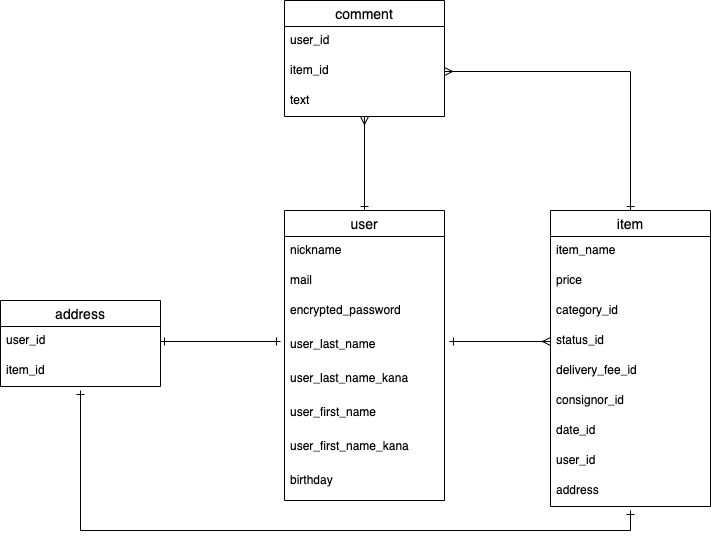
The draw.io diagram test.png in 816u/furima_28627_id, before a commit. Source tidied: cells renumbered, new cells last; positions are measured from the earlier drawing's top-left corner, leaving out a move shared by most shapes.
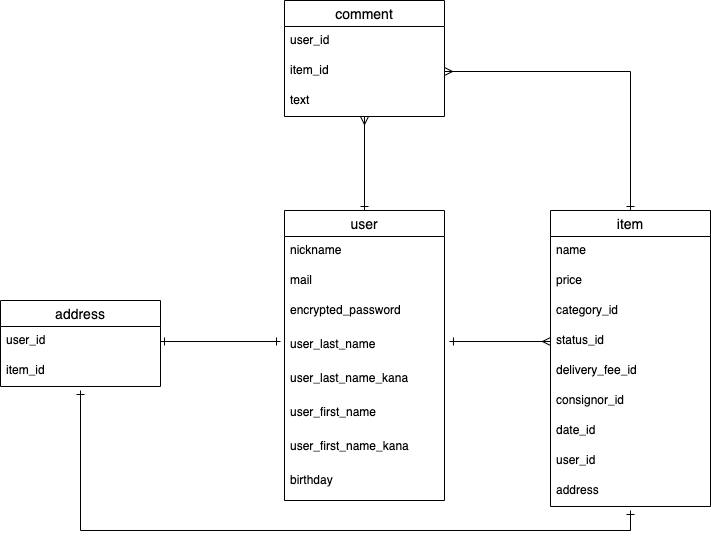
Later version of the same file.

Commit message:
DB設計再修正

Diff of the diagram source:
```diff
@@ -32,7 +32,7 @@
     <mxCell id="11" value="item" style="swimlane;fontStyle=0;horizontal=1;startSize=26;align=center;fontSize=14;" parent="1" vertex="1">
       <mxGeometry x="550" y="210" width="160" height="296" as="geometry" />
     </mxCell>
-    <mxCell id="12" value="item_name" style="text;strokeColor=none;fillColor=none;spacingLeft=4;spacingRight=4;overflow=hidden;fontSize=12;" parent="11" vertex="1">
+    <mxCell id="12" value="name" style="text;strokeColor=none;fillColor=none;spacingLeft=4;spacingRight=4;overflow=hidden;fontSize=12;" parent="11" vertex="1">
       <mxGeometry y="26" width="160" height="30" as="geometry" />
     </mxCell>
     <mxCell id="13" value="price" style="text;strokeColor=none;fillColor=none;spacingLeft=4;spacingRight=4;overflow=hidden;fontSize=12;" parent="11" vertex="1">
```
